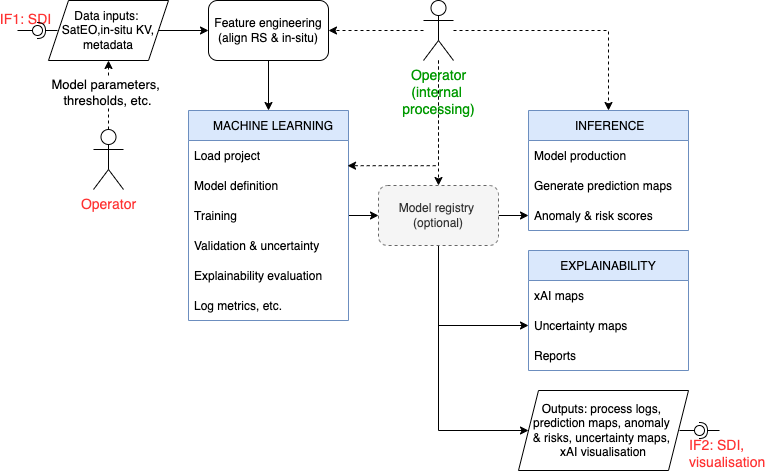
Above: images/map_subsystem.png in GAIA-TSF/GAIA-TSF-System (draw.io), before the change. Source tidied: cells renumbered, new cells last; positions are measured from the earlier drawing's top-left corner, leaving out a move shared by most shapes.
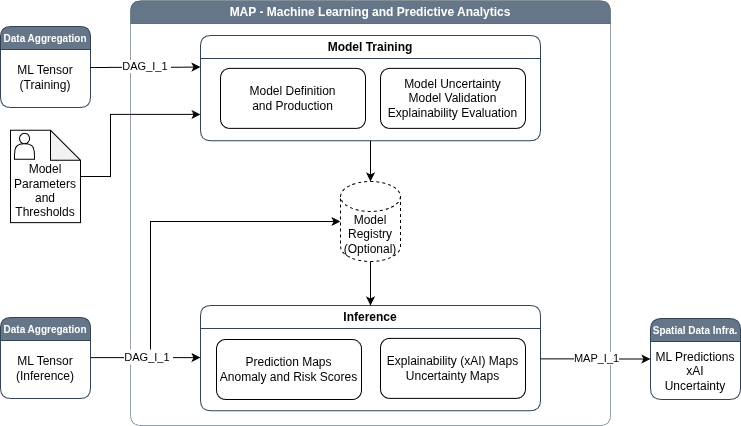
After the change.

The edit, as a diff of the source:
```diff
@@ -2,134 +2,123 @@
   <root>
     <mxCell id="0" />
     <mxCell id="1" parent="0" />
-    <mxCell id="2" style="edgeStyle=orthogonalEdgeStyle;rounded=0;jettySize=auto;html=1;" parent="1" edge="1" source="3" target="5">
-      <mxGeometry relative="1" as="geometry" />
-    </mxCell>
-    <mxCell id="3" value="Data inputs: &lt;br&gt;SatEO,in-situ KV, metadata" style="shape=parallelogram;perimeter=parallelogramPerimeter;whiteSpace=wrap;html=1;fixedSize=1;" parent="1" vertex="1">
-      <mxGeometry x="31" width="120" height="60" as="geometry" />
-    </mxCell>
-    <mxCell id="4" style="edgeStyle=orthogonalEdgeStyle;rounded=0;jettySize=auto;html=1;entryX=0.5;entryY=0;entryDx=0;entryDy=0;" parent="1" edge="1" source="5" target="7">
-      <mxGeometry relative="1" as="geometry" />
-    </mxCell>
-    <mxCell id="5" value="Feature engineering (align RS &amp;amp; in-situ)" style="rounded=1;whiteSpace=wrap;html=1;" parent="1" vertex="1">
-      <mxGeometry x="191" width="120" height="60" as="geometry" />
-    </mxCell>
-    <mxCell id="6" style="edgeStyle=orthogonalEdgeStyle;rounded=0;jettySize=auto;html=1;" parent="1" edge="1" source="7" target="17">
-      <mxGeometry relative="1" as="geometry" />
-    </mxCell>
-    <mxCell id="7" value="   MACHINE LEARNING" style="swimlane;fontStyle=0;horizontal=1;startSize=30;fillColor=#dae8fc;strokeColor=#6c8ebf;" parent="1" vertex="1">
-      <mxGeometry x="171" y="110" width="160" height="210" as="geometry" />
-    </mxCell>
-    <mxCell id="8" value="Load project" style="text;strokeColor=none;fillColor=none;align=left;verticalAlign=middle;spacingLeft=4;spacingRight=4;overflow=hidden;" parent="7" vertex="1">
-      <mxGeometry y="30" width="160" height="30" as="geometry" />
-    </mxCell>
-    <mxCell id="9" value="Model definition" style="text;strokeColor=none;fillColor=none;align=left;verticalAlign=middle;spacingLeft=4;spacingRight=4;overflow=hidden;points=[[0,0.5],[1,0.5]];portConstraint=eastwest;" parent="7" vertex="1">
-      <mxGeometry y="60" width="160" height="30" as="geometry" />
-    </mxCell>
-    <mxCell id="10" value="Training                " style="text;strokeColor=none;fillColor=none;align=left;verticalAlign=middle;spacingLeft=4;spacingRight=4;overflow=hidden;" parent="7" vertex="1">
-      <mxGeometry y="90" width="160" height="30" as="geometry" />
-    </mxCell>
-    <mxCell id="11" value="Validation &amp; uncertainty" style="text;strokeColor=none;fillColor=none;align=left;verticalAlign=middle;spacingLeft=4;spacingRight=4;overflow=hidden;" parent="7" vertex="1">
-      <mxGeometry y="120" width="160" height="30" as="geometry" />
-    </mxCell>
-    <mxCell id="12" value="Explainability evaluation" style="text;strokeColor=none;fillColor=none;align=left;verticalAlign=middle;spacingLeft=4;spacingRight=4;overflow=hidden;" parent="7" vertex="1">
-      <mxGeometry y="150" width="160" height="30" as="geometry" />
-    </mxCell>
-    <mxCell id="13" value="Log metrics, etc. " style="text;strokeColor=none;fillColor=none;align=left;verticalAlign=middle;spacingLeft=4;spacingRight=4;overflow=hidden;" parent="7" vertex="1">
-      <mxGeometry y="180" width="160" height="30" as="geometry" />
-    </mxCell>
-    <mxCell id="14" style="edgeStyle=orthogonalEdgeStyle;rounded=0;jettySize=auto;html=1;entryX=0;entryY=0.5;entryDx=0;entryDy=0;" parent="1" edge="1" source="17" target="21">
-      <mxGeometry relative="1" as="geometry" />
-    </mxCell>
-    <mxCell id="15" style="edgeStyle=orthogonalEdgeStyle;rounded=0;jettySize=auto;html=1;entryX=0;entryY=0.5;entryDx=0;entryDy=0;" parent="1" edge="1" source="17" target="24">
-      <mxGeometry relative="1" as="geometry" />
-    </mxCell>
-    <mxCell id="16" style="edgeStyle=orthogonalEdgeStyle;rounded=0;jettySize=auto;html=1;entryX=0;entryY=0.5;entryDx=0;entryDy=0;" parent="1" edge="1" source="17" target="26">
-      <mxGeometry relative="1" as="geometry">
-        <Array as="points">
-          <mxPoint x="421" y="430" />
-        </Array>
-      </mxGeometry>
-    </mxCell>
-    <mxCell id="17" value="Model registry&amp;nbsp;&lt;br&gt;(optional)" style="rounded=1;whiteSpace=wrap;html=1;dashed=1;fillColor=#f5f5f5;fontColor=#333333;strokeColor=#666666;" parent="1" vertex="1">
-      <mxGeometry x="361" y="185" width="120" height="60" as="geometry" />
-    </mxCell>
-    <mxCell id="18" value=" INFERENCE" style="swimlane;fontStyle=0;horizontal=1;startSize=30;fillColor=#dae8fc;strokeColor=#6c8ebf;" parent="1" vertex="1">
-      <mxGeometry x="511" y="110" width="160" height="120" as="geometry" />
-    </mxCell>
-    <mxCell id="19" value="Model production" style="text;strokeColor=none;fillColor=none;align=left;verticalAlign=middle;spacingLeft=4;spacingRight=4;overflow=hidden;" parent="18" vertex="1">
-      <mxGeometry y="30" width="160" height="30" as="geometry" />
-    </mxCell>
-    <mxCell id="20" value="Generate prediction maps" style="text;strokeColor=none;fillColor=none;align=left;verticalAlign=middle;spacingLeft=4;spacingRight=4;overflow=hidden;" parent="18" vertex="1">
-      <mxGeometry y="60" width="160" height="30" as="geometry" />
-    </mxCell>
-    <mxCell id="21" value="Anomaly &amp; risk scores" style="text;strokeColor=none;fillColor=none;align=left;verticalAlign=middle;spacingLeft=4;spacingRight=4;overflow=hidden;points=[[0,0.5],[1,0.5]];portConstraint=eastwest;" parent="18" vertex="1">
-      <mxGeometry y="90" width="160" height="30" as="geometry" />
-    </mxCell>
-    <mxCell id="22" value="EXPLAINABILITY" style="swimlane;fontStyle=0;horizontal=1;startSize=30;fillColor=#dae8fc;strokeColor=#6c8ebf;" parent="1" vertex="1">
-      <mxGeometry x="511" y="250" width="160" height="120" as="geometry" />
-    </mxCell>
-    <mxCell id="23" value="xAI maps" style="text;strokeColor=none;fillColor=none;align=left;verticalAlign=middle;spacingLeft=4;spacingRight=4;overflow=hidden;" parent="22" vertex="1">
-      <mxGeometry y="30" width="160" height="30" as="geometry" />
-    </mxCell>
-    <mxCell id="24" value="Uncertainty maps" style="text;strokeColor=none;fillColor=none;align=left;verticalAlign=middle;spacingLeft=4;spacingRight=4;overflow=hidden;points=[[0,0.5],[1,0.5]];portConstraint=eastwest;" parent="22" vertex="1">
-      <mxGeometry y="60" width="160" height="30" as="geometry" />
-    </mxCell>
-    <mxCell id="25" value="Reports" style="text;strokeColor=none;fillColor=none;align=left;verticalAlign=middle;spacingLeft=4;spacingRight=4;overflow=hidden;" parent="22" vertex="1">
-      <mxGeometry y="90" width="160" height="30" as="geometry" />
-    </mxCell>
-    <mxCell id="26" value="Outputs: process logs, &lt;br&gt;prediction maps, anomaly &lt;br&gt;&amp;amp; risks, uncertainty maps, &lt;br&gt;xAI visualisation" style="shape=parallelogram;perimeter=parallelogramPerimeter;whiteSpace=wrap;html=1;fixedSize=1;" parent="1" vertex="1">
-      <mxGeometry x="501" y="390" width="170" height="80" as="geometry" />
-    </mxCell>
-    <mxCell id="27" value="&lt;font style=&quot;font-size: 14px&quot;&gt;IF1: SDI&lt;/font&gt;" style="rounded=0;jettySize=auto;html=1;endArrow=none;endFill=0;sketch=0;sourcePerimeterSpacing=0;targetPerimeterSpacing=0;verticalAlign=bottom;labelPosition=center;verticalLabelPosition=middle;align=center;fontSize=14;fontColor=#FF3333;" parent="1" edge="1" target="29">
-      <mxGeometry relative="1" as="geometry">
-        <mxPoint y="30" as="sourcePoint" />
-      </mxGeometry>
-    </mxCell>
-    <mxCell id="28" style="rounded=0;jettySize=auto;html=1;endArrow=halfCircle;endFill=0;entryX=0.5;entryY=0.5;endSize=6;strokeWidth=1;sketch=0;" parent="1" edge="1" target="29">
-      <mxGeometry relative="1" as="geometry">
-        <mxPoint x="40" y="30" as="sourcePoint" />
-      </mxGeometry>
-    </mxCell>
-    <mxCell id="29" style="ellipse;whiteSpace=wrap;html=1;align=center;points=[];outlineConnect=0;sketch=0;" parent="1" vertex="1">
-      <mxGeometry x="15" y="25" width="10" height="10" as="geometry" />
-    </mxCell>
-    <mxCell id="30" style="edgeStyle=orthogonalEdgeStyle;rounded=0;jettySize=auto;html=1;fontSize=14;fontColor=#000000;dashed=1;" parent="1" edge="1" source="32" target="3">
-      <mxGeometry relative="1" as="geometry" />
-    </mxCell>
-    <mxCell id="31" value="&lt;font style=&quot;font-size: 13px;&quot;&gt;Model parameters, &lt;br style=&quot;font-size: 13px;&quot;&gt;thresholds, etc.&lt;/font&gt;" style="edgeLabel;html=1;align=center;verticalAlign=middle;fontSize=13;fontColor=#000000;" parent="30" vertex="1">
-      <mxGeometry x="0.1" y="2" relative="1" as="geometry" />
-    </mxCell>
-    <mxCell id="32" value="Operator" style="shape=umlActor;verticalLabelPosition=bottom;verticalAlign=top;html=1;fontSize=14;fontColor=#FF3333;" parent="1" vertex="1">
-      <mxGeometry x="76" y="129" width="30" height="60" as="geometry" />
-    </mxCell>
-    <mxCell id="33" style="edgeStyle=orthogonalEdgeStyle;rounded=0;jettySize=auto;html=1;entryX=1;entryY=0.5;entryDx=0;entryDy=0;fontSize=10;fontColor=#000000;dashed=1;" parent="1" edge="1" source="37" target="5">
-      <mxGeometry relative="1" as="geometry" />
-    </mxCell>
-    <mxCell id="34" style="edgeStyle=orthogonalEdgeStyle;rounded=0;jettySize=auto;html=1;entryX=0.994;entryY=-0.16;entryDx=0;entryDy=0;entryPerimeter=0;fontSize=10;fontColor=#000000;dashed=1;" parent="1" edge="1" source="37" target="9">
-      <mxGeometry relative="1" as="geometry" />
-    </mxCell>
-    <mxCell id="35" style="edgeStyle=orthogonalEdgeStyle;rounded=0;jettySize=auto;html=1;fontSize=10;fontColor=#000000;dashed=1;" parent="1" edge="1" source="37" target="17">
-      <mxGeometry relative="1" as="geometry" />
-    </mxCell>
-    <mxCell id="36" style="edgeStyle=orthogonalEdgeStyle;rounded=0;jettySize=auto;html=1;entryX=0.5;entryY=0;entryDx=0;entryDy=0;fontSize=10;fontColor=#000000;dashed=1;" parent="1" edge="1" source="37" target="18">
-      <mxGeometry relative="1" as="geometry" />
-    </mxCell>
-    <mxCell id="37" value="Operator&lt;br&gt;(internal &lt;br&gt;processing)" style="shape=umlActor;verticalLabelPosition=bottom;verticalAlign=top;html=1;fontSize=14;fontColor=#009900;" parent="1" vertex="1">
-      <mxGeometry x="406" width="30" height="60" as="geometry" />
-    </mxCell>
-    <mxCell id="38" value="IF2: SDI, &lt;br&gt;visualisation" style="rounded=0;jettySize=auto;html=1;endArrow=none;endFill=0;sketch=0;sourcePerimeterSpacing=0;targetPerimeterSpacing=0;fontSize=14;fontColor=#FF3333;verticalAlign=top;labelPosition=right;verticalLabelPosition=bottom;align=left;" parent="1" edge="1" target="40">
-      <mxGeometry relative="1" as="geometry">
-        <mxPoint x="662" y="430" as="sourcePoint" />
-      </mxGeometry>
-    </mxCell>
-    <mxCell id="39" style="rounded=0;jettySize=auto;html=1;endArrow=halfCircle;endFill=0;entryX=0.5;entryY=0.5;endSize=6;strokeWidth=1;sketch=0;fontSize=10;fontColor=#000000;" parent="1" edge="1" target="40">
-      <mxGeometry relative="1" as="geometry">
-        <mxPoint x="702" y="430" as="sourcePoint" />
-      </mxGeometry>
-    </mxCell>
-    <mxCell id="40" style="ellipse;whiteSpace=wrap;html=1;align=center;points=[];outlineConnect=0;sketch=0;fontSize=10;fontColor=#000000;" parent="1" vertex="1">
-      <mxGeometry x="677" y="425" width="10" height="10" as="geometry" />
-    </mxCell>
+    <mxCell id="41" value="MAP -&amp;nbsp;Machine Learning and Predictive Analytics" style="swimlane;whiteSpace=wrap;html=1;rounded=1;strokeColor=#314354;fillColor=#647687;swimlaneFillColor=none;shadow=0;fixDash=0;strokeWidth=0.5;perimeterSpacing=0;fillStyle=auto;fontColor=#ffffff;" parent="1" vertex="1">
+      <mxGeometry x="131" y="-34.8" width="480" height="424.8" as="geometry" />
+    </mxCell>
+    <mxCell id="42" value="&lt;font style=&quot;color: rgb(0, 0, 0);&quot;&gt;Inference&lt;/font&gt;" style="swimlane;whiteSpace=wrap;html=1;rounded=1;strokeColor=#314354;fillColor=#FFFFFF;swimlaneFillColor=none;shadow=0;fixDash=0;strokeWidth=1;perimeterSpacing=0;fillStyle=auto;fontColor=#ffffff;" parent="41" vertex="1">
+      <mxGeometry x="70" y="304.8" width="340" height="105.2" as="geometry" />
+    </mxCell>
+    <mxCell id="43" style="rounded=0;whiteSpace=wrap;html=1;strokeWidth=0;strokeColor=none;" parent="42" vertex="1">
+      <mxGeometry x="-80" y="44" width="50" height="15" as="geometry" />
+    </mxCell>
+    <mxCell id="44" value="Explainability (xAI) Maps&lt;div&gt;Uncertainty Maps&lt;/div&gt;" style="rounded=1;whiteSpace=wrap;html=1;" parent="42" vertex="1">
+      <mxGeometry x="180" y="32.9" width="145" height="60" as="geometry" />
+    </mxCell>
+    <mxCell id="45" value="Prediction Maps&lt;div&gt;Anomaly and Risk Scores&lt;/div&gt;" style="rounded=1;whiteSpace=wrap;html=1;" parent="42" vertex="1">
+      <mxGeometry x="16" y="34" width="145" height="60" as="geometry" />
+    </mxCell>
+    <mxCell id="46" value="&lt;span style=&quot;color: rgb(0, 0, 0);&quot;&gt;Model Training&lt;/span&gt;" style="swimlane;whiteSpace=wrap;html=1;rounded=1;strokeColor=#314354;fillColor=#FFFFFF;swimlaneFillColor=none;shadow=0;fixDash=0;strokeWidth=1;perimeterSpacing=0;fillStyle=auto;fontColor=#ffffff;" parent="41" vertex="1">
+      <mxGeometry x="70" y="34.7" width="340" height="105.2" as="geometry" />
+    </mxCell>
+    <mxCell id="47" value="Model Uncertainty&lt;div&gt;Model Validation&lt;/div&gt;&lt;div&gt;Explainability Evaluation&lt;/div&gt;" style="rounded=1;whiteSpace=wrap;html=1;" parent="46" vertex="1">
+      <mxGeometry x="180" y="32.9" width="145" height="60" as="geometry" />
+    </mxCell>
+    <mxCell id="48" value="Model Definition&lt;div&gt;and Production&lt;/div&gt;" style="rounded=1;whiteSpace=wrap;html=1;" parent="46" vertex="1">
+      <mxGeometry x="20" y="32.9" width="145" height="60" as="geometry" />
+    </mxCell>
+    <mxCell id="49" style="edgeStyle=orthogonalEdgeStyle;rounded=0;jettySize=auto;html=1;exitX=0.5;exitY=1;exitDx=0;exitDy=0;exitPerimeter=0;entryX=0.5;entryY=0;entryDx=0;entryDy=0;" parent="41" edge="1" source="50" target="42">
+      <mxGeometry relative="1" as="geometry" />
+    </mxCell>
+    <mxCell id="50" value="Model&lt;div&gt;Registry&lt;/div&gt;&lt;div&gt;(Optional)&lt;/div&gt;" style="shape=cylinder3;whiteSpace=wrap;html=1;boundedLbl=1;backgroundOutline=1;size=15;dashed=1;" parent="41" vertex="1">
+      <mxGeometry x="210" y="180.8" width="60" height="80" as="geometry" />
+    </mxCell>
+    <mxCell id="51" style="edgeStyle=orthogonalEdgeStyle;rounded=0;jettySize=auto;html=1;exitX=0.5;exitY=1;exitDx=0;exitDy=0;entryX=0.5;entryY=0;entryDx=0;entryDy=0;entryPerimeter=0;" parent="41" edge="1" source="46" target="50">
+      <mxGeometry relative="1" as="geometry" />
+    </mxCell>
+    <mxCell id="52" style="endArrow=classic;html=1;rounded=1;entryX=0;entryY=0.5;entryDx=0;entryDy=0;" parent="41" edge="1">
+      <mxGeometry relative="1" as="geometry">
+        <mxPoint x="-40" y="356.9" as="sourcePoint" />
+        <mxPoint x="70" y="356.9" as="targetPoint" />
+      </mxGeometry>
+    </mxCell>
+    <mxCell id="53" value="Label" style="edgeLabel;html=1;align=center;verticalAlign=middle;rounded=1;" parent="52" vertex="1">
+      <mxGeometry relative="1" as="geometry" />
+    </mxCell>
+    <mxCell id="54" value="DAG_I_1&amp;nbsp;" style="edgeLabel;html=1;align=center;verticalAlign=middle;rounded=1;labelBackgroundColor=#FFFFFF;" parent="52" vertex="1">
+      <mxGeometry y="1" relative="1" as="geometry">
+        <mxPoint x="2" as="offset" />
+      </mxGeometry>
+    </mxCell>
+    <mxCell id="55" style="edgeStyle=orthogonalEdgeStyle;rounded=0;jettySize=auto;html=1;entryX=0;entryY=0.5;entryDx=0;entryDy=0;entryPerimeter=0;" parent="41" edge="1" source="43" target="50">
+      <mxGeometry relative="1" as="geometry">
+        <Array as="points">
+          <mxPoint x="20" y="221" />
+        </Array>
+      </mxGeometry>
+    </mxCell>
+    <mxCell id="56" style="endArrow=classic;html=1;rounded=1;exitX=0.994;exitY=0.265;exitDx=0;exitDy=0;exitPerimeter=0;entryX=0;entryY=0.5;entryDx=0;entryDy=0;" parent="41" edge="1" target="63">
+      <mxGeometry relative="1" as="geometry">
+        <mxPoint x="410" y="358.2" as="sourcePoint" />
+      </mxGeometry>
+    </mxCell>
+    <mxCell id="57" value="Label" style="edgeLabel;html=1;align=center;verticalAlign=middle;rounded=1;" parent="56" vertex="1">
+      <mxGeometry relative="1" as="geometry" />
+    </mxCell>
+    <mxCell id="58" value="MAP_I_1" style="edgeLabel;html=1;align=center;verticalAlign=middle;rounded=1;" parent="56" vertex="1">
+      <mxGeometry y="1" relative="1" as="geometry" />
+    </mxCell>
+    <mxCell id="59" style="edgeStyle=orthogonalEdgeStyle;rounded=1;orthogonalLoop=1;jettySize=auto;html=1;exitX=0.5;exitY=1;exitDx=0;exitDy=0;" parent="1" edge="1">
+      <mxGeometry relative="1" as="geometry">
+        <mxPoint x="494" y="290" as="sourcePoint" />
+        <mxPoint x="494" y="290" as="targetPoint" />
+      </mxGeometry>
+    </mxCell>
+    <mxCell id="60" style="ellipse;whiteSpace=wrap;html=1;align=center;fillColor=none;strokeColor=none;perimeter=centerPerimeter;rounded=1;" parent="1" vertex="1">
+      <mxGeometry x="661" y="149" width="10" height="10" as="geometry" />
+    </mxCell>
+    <mxCell id="61" value="&lt;font style=&quot;font-size: 10px;&quot;&gt;Data Aggregation&lt;/font&gt;" style="swimlane;whiteSpace=wrap;html=1;rounded=1;fillColor=#647687;fontColor=#ffffff;strokeColor=#314354;" parent="1" vertex="1">
+      <mxGeometry x="1" y="-9" width="90" height="81" as="geometry" />
+    </mxCell>
+    <mxCell id="62" value="ML Tensor&lt;div&gt;(Training)&lt;/div&gt;" style="text;html=1;whiteSpace=wrap;strokeColor=none;fillColor=none;align=center;verticalAlign=middle;rounded=0;" parent="61" vertex="1">
+      <mxGeometry x="15" y="35.9" width="60" height="30" as="geometry" />
+    </mxCell>
+    <mxCell id="63" value="&lt;font style=&quot;font-size: 10px;&quot;&gt;Spatial Data Infra.&lt;/font&gt;" style="swimlane;whiteSpace=wrap;html=1;rounded=1;fillColor=#647687;fontColor=#ffffff;strokeColor=#314354;arcSize=16;" parent="1" vertex="1">
+      <mxGeometry x="651" y="283" width="90" height="81" as="geometry" />
+    </mxCell>
+    <mxCell id="64" value="ML Predictions&lt;div&gt;xAI&lt;/div&gt;&lt;div&gt;Uncertainty&lt;/div&gt;" style="text;html=1;whiteSpace=wrap;strokeColor=none;fillColor=none;align=center;verticalAlign=middle;rounded=0;" parent="63" vertex="1">
+      <mxGeometry y="38" width="90" height="30" as="geometry" />
+    </mxCell>
+    <mxCell id="65" style="endArrow=classic;html=1;rounded=1;entryX=0;entryY=0.5;entryDx=0;entryDy=0;" parent="1" edge="1">
+      <mxGeometry relative="1" as="geometry">
+        <mxPoint x="91" y="32" as="sourcePoint" />
+        <mxPoint x="201" y="31.6" as="targetPoint" />
+      </mxGeometry>
+    </mxCell>
+    <mxCell id="66" value="Label" style="edgeLabel;html=1;align=center;verticalAlign=middle;rounded=1;" parent="65" vertex="1">
+      <mxGeometry relative="1" as="geometry" />
+    </mxCell>
+    <mxCell id="67" value="DAG_I_1&amp;nbsp;" style="edgeLabel;html=1;align=center;verticalAlign=middle;rounded=1;" parent="65" vertex="1">
+      <mxGeometry y="1" relative="1" as="geometry" />
+    </mxCell>
+    <mxCell id="68" value="&lt;font style=&quot;font-size: 10px;&quot;&gt;Data Aggregation&lt;/font&gt;" style="swimlane;whiteSpace=wrap;html=1;rounded=1;fillColor=#647687;fontColor=#ffffff;strokeColor=#314354;" parent="1" vertex="1">
+      <mxGeometry x="1" y="282" width="90" height="81" as="geometry" />
+    </mxCell>
+    <mxCell id="69" value="ML Tensor&lt;div&gt;(Inference)&lt;/div&gt;" style="text;html=1;whiteSpace=wrap;strokeColor=none;fillColor=none;align=center;verticalAlign=middle;rounded=0;" parent="68" vertex="1">
+      <mxGeometry x="15" y="35.9" width="60" height="30" as="geometry" />
+    </mxCell>
+    <mxCell id="70" style="edgeStyle=orthogonalEdgeStyle;rounded=0;jettySize=auto;html=1;entryX=0;entryY=0.75;entryDx=0;entryDy=0;" parent="1" edge="1" source="71" target="46">
+      <mxGeometry relative="1" as="geometry">
+        <Array as="points">
+          <mxPoint x="111" y="141" />
+          <mxPoint x="111" y="79" />
+        </Array>
+      </mxGeometry>
+    </mxCell>
+    <mxCell id="71" value="&lt;div&gt;&lt;br&gt;&lt;/div&gt;&lt;div&gt;&lt;br&gt;&lt;/div&gt;Model Parameters&lt;div&gt;and Thresholds&lt;/div&gt;" style="shape=note;whiteSpace=wrap;html=1;backgroundOutline=1;darkOpacity=0.05;" parent="1" vertex="1">
+      <mxGeometry x="11" y="94.8" width="70" height="92.4" as="geometry" />
+    </mxCell>
+    <mxCell id="72" style="shape=actor;whiteSpace=wrap;html=1;" parent="1" vertex="1">
+      <mxGeometry x="15" y="97.8" width="20" height="26" as="geometry" />
+    </mxCell>
   </root>
 </mxGraphModel>
```
